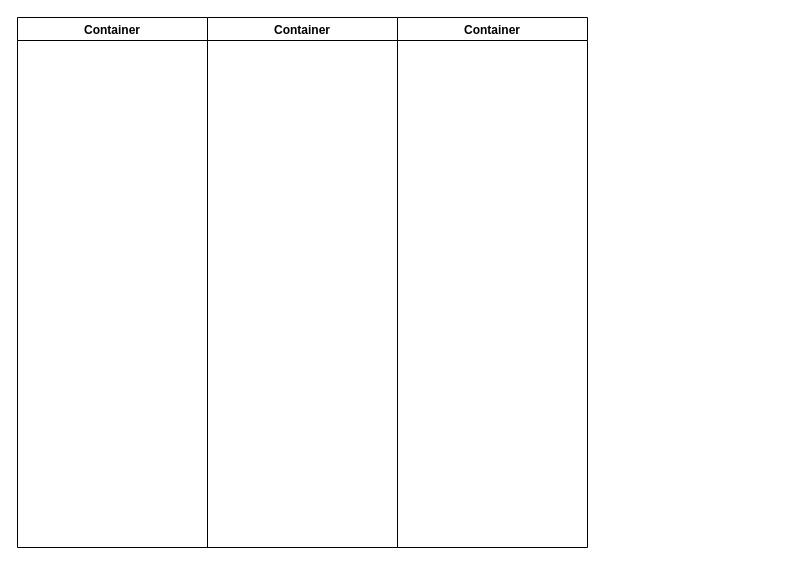
Above: page "Activity_Diagram" (4 of 5) of canteen_management.drawio in ysebega/ysebega (draw.io), before the change. Source tidied: cells renumbered, new cells numbered last; positions are measured from the earlier drawing's top-left corner, leaving out a move shared by most shapes. Both pictures are drawn from the tidied source at 100%, with x=0, y=0 at pixel (17, 17).
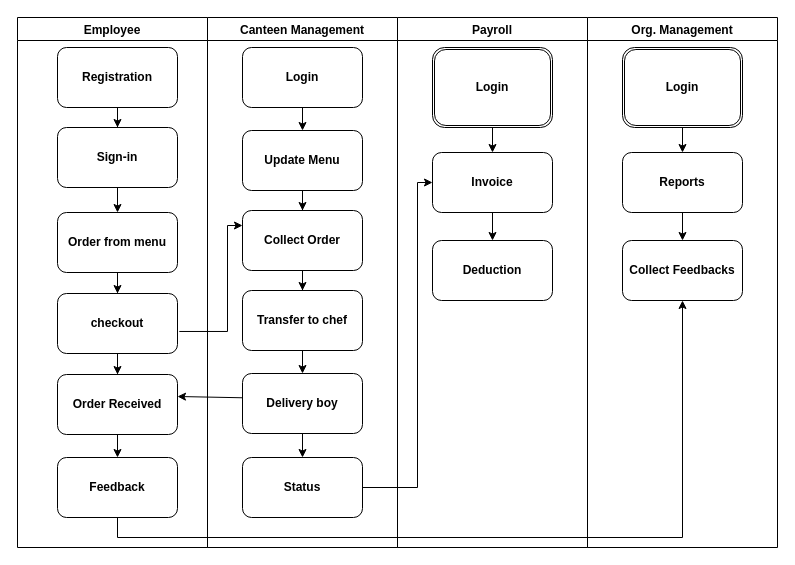
The same page after the edit.

Change to the diagram source:
```diff
@@
-    <mxCell id="2" value="Container" style="swimlane;" parent="1" vertex="1">
+    <mxCell id="2" value="Employee" style="swimlane;" parent="1" vertex="1">
       <mxGeometry width="190" height="530" as="geometry" />
     </mxCell>
+    <mxCell id="5" value="&lt;b&gt;Registration&lt;/b&gt;" style="rounded=1;whiteSpace=wrap;html=1;" parent="2" vertex="1">
+      <mxGeometry x="40" y="30" width="120" height="60" as="geometry" />
+    </mxCell>
+    <mxCell id="6" value="&lt;b&gt;Sign-in&lt;/b&gt;" style="whiteSpace=wrap;html=1;rounded=1;" parent="2" vertex="1">
+      <mxGeometry x="40" y="110" width="120" height="60" as="geometry" />
+    </mxCell>
+    <mxCell id="7" style="edgeStyle=orthogonalEdgeStyle;rounded=0;jettySize=auto;html=1;" parent="2" edge="1" source="5" target="6">
+      <mxGeometry relative="1" as="geometry" />
+    </mxCell>
+    <mxCell id="8" value="&lt;b&gt;Order from menu&lt;/b&gt;" style="whiteSpace=wrap;html=1;rounded=1;" parent="2" vertex="1">
+      <mxGeometry x="40" y="195" width="120" height="60" as="geometry" />
+    </mxCell>
+    <mxCell id="9" style="edgeStyle=orthogonalEdgeStyle;rounded=0;jettySize=auto;html=1;" parent="2" edge="1" source="6" target="8">
+      <mxGeometry relative="1" as="geometry" />
+    </mxCell>
+    <mxCell id="10" value="&lt;b&gt;checkout&lt;/b&gt;" style="whiteSpace=wrap;html=1;rounded=1;" parent="2" vertex="1">
+      <mxGeometry x="40" y="276" width="120" height="60" as="geometry" />
+    </mxCell>
+    <mxCell id="11" style="edgeStyle=orthogonalEdgeStyle;rounded=0;jettySize=auto;html=1;" parent="2" edge="1" source="8" target="10">
+      <mxGeometry relative="1" as="geometry" />
+    </mxCell>
+    <mxCell id="12" value="&lt;b&gt;Order Received&lt;/b&gt;" style="whiteSpace=wrap;html=1;rounded=1;" parent="2" vertex="1">
+      <mxGeometry x="40" y="357" width="120" height="60" as="geometry" />
+    </mxCell>
+    <mxCell id="13" style="edgeStyle=orthogonalEdgeStyle;rounded=0;jettySize=auto;html=1;" parent="2" edge="1" source="10" target="12">
+      <mxGeometry relative="1" as="geometry" />
+    </mxCell>
+    <mxCell id="14" style="endArrow=classic;html=1;rounded=0;entryX=1;entryY=0.5;entryDx=0;entryDy=0;exitX=0.013;exitY=0.405;exitDx=0;exitDy=0;exitPerimeter=0;" parent="2" edge="1" source="21">
+      <mxGeometry relative="1" as="geometry">
+        <mxPoint x="160" y="379" as="targetPoint" />
+      </mxGeometry>
+    </mxCell>
-    <mxCell id="3" value="Container" style="swimlane;" parent="1" vertex="1">
+    <mxCell id="3" value="Canteen Management" style="swimlane;" parent="1" vertex="1">
       <mxGeometry x="190" width="190" height="530" as="geometry" />
     </mxCell>
+    <mxCell id="15" style="edgeStyle=orthogonalEdgeStyle;rounded=0;jettySize=auto;html=1;" parent="3" edge="1" source="16" target="17">
+      <mxGeometry relative="1" as="geometry" />
+    </mxCell>
+    <mxCell id="16" value="&lt;b&gt;Login&lt;/b&gt;" style="rounded=1;whiteSpace=wrap;html=1;" parent="3" vertex="1">
+      <mxGeometry x="35" y="30" width="120" height="60" as="geometry" />
+    </mxCell>
+    <mxCell id="17" value="&lt;b&gt;Update Menu&lt;/b&gt;" style="rounded=1;whiteSpace=wrap;html=1;" parent="3" vertex="1">
+      <mxGeometry x="35" y="113" width="120" height="60" as="geometry" />
+    </mxCell>
+    <mxCell id="18" style="edgeStyle=orthogonalEdgeStyle;rounded=0;jettySize=auto;html=1;" parent="3" edge="1" source="19" target="21">
+      <mxGeometry relative="1" as="geometry" />
+    </mxCell>
+    <mxCell id="19" value="&lt;b&gt;Transfer to chef&lt;/b&gt;" style="rounded=1;whiteSpace=wrap;html=1;" parent="3" vertex="1">
+      <mxGeometry x="35" y="273" width="120" height="60" as="geometry" />
+    </mxCell>
+    <mxCell id="20" style="edgeStyle=orthogonalEdgeStyle;rounded=0;jettySize=auto;html=1;" parent="3" edge="1" source="21" target="25">
+      <mxGeometry relative="1" as="geometry" />
+    </mxCell>
+    <mxCell id="21" value="&lt;b&gt;Delivery boy&lt;/b&gt;" style="rounded=1;whiteSpace=wrap;html=1;" parent="3" vertex="1">
+      <mxGeometry x="35" y="356" width="120" height="60" as="geometry" />
+    </mxCell>
+    <mxCell id="22" value="&lt;b&gt;Collect Order&lt;/b&gt;" style="whiteSpace=wrap;html=1;rounded=1;" parent="3" vertex="1">
+      <mxGeometry x="35" y="193" width="120" height="60" as="geometry" />
+    </mxCell>
+    <mxCell id="23" style="edgeStyle=orthogonalEdgeStyle;rounded=0;jettySize=auto;html=1;" parent="3" edge="1" source="17" target="22">
+      <mxGeometry relative="1" as="geometry" />
+    </mxCell>
+    <mxCell id="24" style="edgeStyle=orthogonalEdgeStyle;rounded=0;jettySize=auto;html=1;" parent="3" edge="1" source="22" target="19">
+      <mxGeometry relative="1" as="geometry" />
+    </mxCell>
+    <mxCell id="25" value="&lt;b&gt;Status&lt;/b&gt;" style="rounded=1;whiteSpace=wrap;html=1;" parent="3" vertex="1">
+      <mxGeometry x="35" y="440" width="120" height="60" as="geometry" />
+    </mxCell>
-    <mxCell id="4" value="Container" style="swimlane;" parent="1" vertex="1">
+    <mxCell id="4" value="Payroll" style="swimlane;" parent="1" vertex="1">
       <mxGeometry x="380" width="190" height="530" as="geometry" />
     </mxCell>
+    <mxCell id="26" style="edgeStyle=orthogonalEdgeStyle;rounded=0;jettySize=auto;html=1;" parent="4" edge="1" source="27" target="29">
+      <mxGeometry relative="1" as="geometry" />
+    </mxCell>
+    <mxCell id="27" value="&lt;b&gt;Login&lt;/b&gt;" style="shape=ext;double=1;rounded=1;whiteSpace=wrap;html=1;" parent="4" vertex="1">
+      <mxGeometry x="35" y="30" width="120" height="80" as="geometry" />
+    </mxCell>
+    <mxCell id="28" style="edgeStyle=orthogonalEdgeStyle;rounded=0;jettySize=auto;html=1;" parent="4" edge="1" source="29" target="30">
+      <mxGeometry relative="1" as="geometry" />
+    </mxCell>
+    <mxCell id="29" value="&lt;b&gt;Invoice&lt;/b&gt;" style="whiteSpace=wrap;html=1;rounded=1;" parent="4" vertex="1">
+      <mxGeometry x="35" y="135" width="120" height="60" as="geometry" />
+    </mxCell>
+    <mxCell id="30" value="&lt;b&gt;Deduction&lt;/b&gt;" style="whiteSpace=wrap;html=1;rounded=1;" parent="4" vertex="1">
+      <mxGeometry x="35" y="223" width="120" height="60" as="geometry" />
+    </mxCell>
+    <mxCell id="31" value="&lt;b&gt;Feedback&lt;/b&gt;" style="whiteSpace=wrap;html=1;rounded=1;" parent="1" vertex="1">
+      <mxGeometry x="40" y="440" width="120" height="60" as="geometry" />
+    </mxCell>
+    <mxCell id="32" style="edgeStyle=orthogonalEdgeStyle;rounded=0;jettySize=auto;html=1;" parent="1" edge="1" source="12" target="31">
+      <mxGeometry relative="1" as="geometry" />
+    </mxCell>
+    <mxCell id="33" style="edgeStyle=elbowEdgeStyle;elbow=horizontal;endArrow=classic;html=1;rounded=0;exitX=1.015;exitY=0.633;exitDx=0;exitDy=0;exitPerimeter=0;entryX=0;entryY=0.25;entryDx=0;entryDy=0;" parent="1" edge="1" source="10" target="22">
+      <mxGeometry relative="1" as="geometry">
+        <Array as="points">
+          <mxPoint x="210" y="260" />
+        </Array>
+      </mxGeometry>
+    </mxCell>
+    <mxCell id="34" style="edgeStyle=elbowEdgeStyle;elbow=horizontal;endArrow=classic;html=1;rounded=0;entryX=0;entryY=0.5;entryDx=0;entryDy=0;exitX=1;exitY=0.5;exitDx=0;exitDy=0;" parent="1" edge="1" source="25" target="29">
+      <mxGeometry relative="1" as="geometry">
+        <Array as="points">
+          <mxPoint x="400" y="360" />
+        </Array>
+      </mxGeometry>
+    </mxCell>
+    <mxCell id="35" value="Org. Management" style="swimlane;" parent="1" vertex="1">
+      <mxGeometry x="570" width="190" height="530" as="geometry" />
+    </mxCell>
+    <mxCell id="36" style="edgeStyle=orthogonalEdgeStyle;rounded=0;jettySize=auto;html=1;" parent="35" edge="1" source="37" target="39">
+      <mxGeometry relative="1" as="geometry" />
+    </mxCell>
+    <mxCell id="37" value="&lt;b&gt;Login&lt;/b&gt;" style="shape=ext;double=1;rounded=1;whiteSpace=wrap;html=1;" parent="35" vertex="1">
+      <mxGeometry x="35" y="30" width="120" height="80" as="geometry" />
+    </mxCell>
+    <mxCell id="38" style="edgeStyle=orthogonalEdgeStyle;rounded=0;jettySize=auto;html=1;" parent="35" edge="1" source="39" target="40">
+      <mxGeometry relative="1" as="geometry" />
+    </mxCell>
+    <mxCell id="39" value="&lt;b&gt;Reports&lt;/b&gt;" style="whiteSpace=wrap;html=1;rounded=1;" parent="35" vertex="1">
+      <mxGeometry x="35" y="135" width="120" height="60" as="geometry" />
+    </mxCell>
+    <mxCell id="40" value="&lt;b&gt;Collect Feedbacks&lt;/b&gt;" style="whiteSpace=wrap;html=1;rounded=1;" parent="35" vertex="1">
+      <mxGeometry x="35" y="223" width="120" height="60" as="geometry" />
+    </mxCell>
+    <mxCell id="41" style="edgeStyle=elbowEdgeStyle;elbow=vertical;endArrow=classic;html=1;rounded=0;exitX=0.5;exitY=1;exitDx=0;exitDy=0;entryX=0.5;entryY=1;entryDx=0;entryDy=0;" parent="1" edge="1" source="31" target="40">
+      <mxGeometry relative="1" as="geometry">
+        <Array as="points">
+          <mxPoint x="410" y="520" />
+        </Array>
+      </mxGeometry>
+    </mxCell>
```
